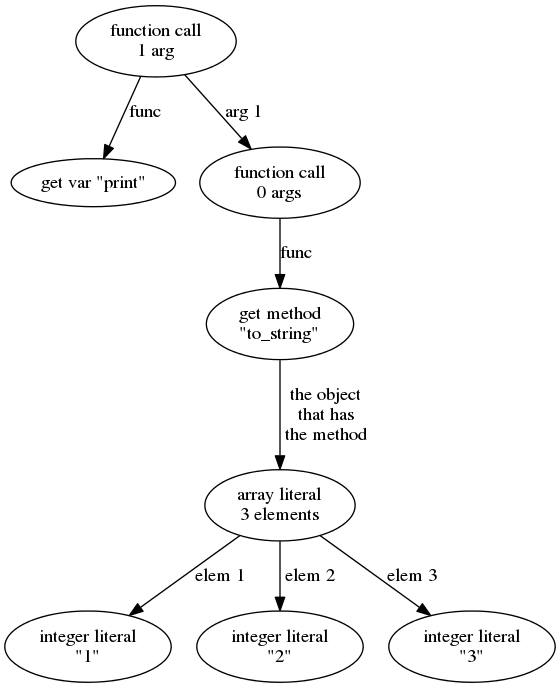
Above: docs/syntax-spec-ast.png in Akuli/odotdot (Graphviz), before the change. Its source is kept beside it as docs/syntax-spec-ast.dot. Its diagram source:
```dot
/*
create syntax-spec-ast.png like this:

    $ dot syntax-spec-ast.dot -Tpng -osyntax-spec-ast.png
*/

digraph G {
    print [ label="get var \"print\"" ];
    printcall [ label="function call\n1 arg" ];
    tostringcall [ label="function call\n0 args" ];
    tostring [ label="get method\n\"to_string\"" ];
    array [ label="array literal\n3 elements"];
    one [ label="integer literal\n\"1\"" ];
    two [ label="integer literal\n\"2\"" ];
    three [ label="integer literal\n\"3\"" ];

    printcall -> print [label="func"];
    printcall -> tostringcall [label="arg 1"];
    tostringcall -> tostring [label="func"];
    tostring -> array [label=" the object\n that has\n the method"];
    array -> one [label="elem 1"];
    array -> two [label=" elem 2"];
    array -> three [label="elem 3"];
}
```
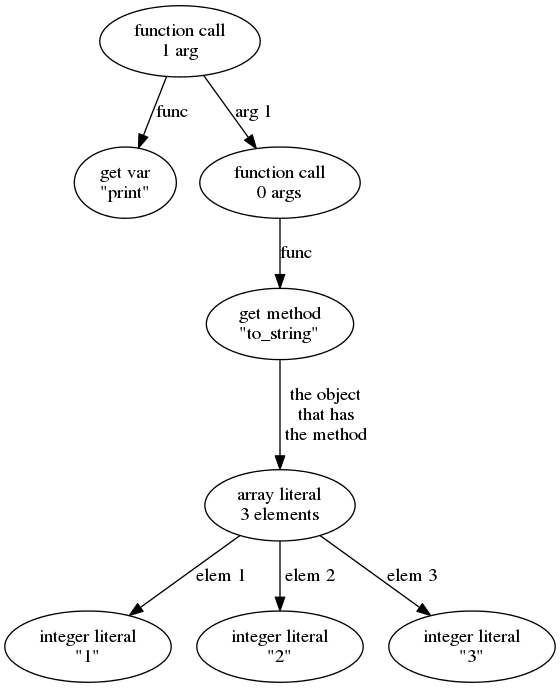
After the change.

Change to the diagram source:
```diff
@@ -5,7 +5,7 @@
 */
 
 digraph G {
-    print [ label="get var \"print\"" ];
+    print [ label="get var\n\"print\"" ];
     printcall [ label="function call\n1 arg" ];
     tostringcall [ label="function call\n0 args" ];
     tostring [ label="get method\n\"to_string\"" ];
```
